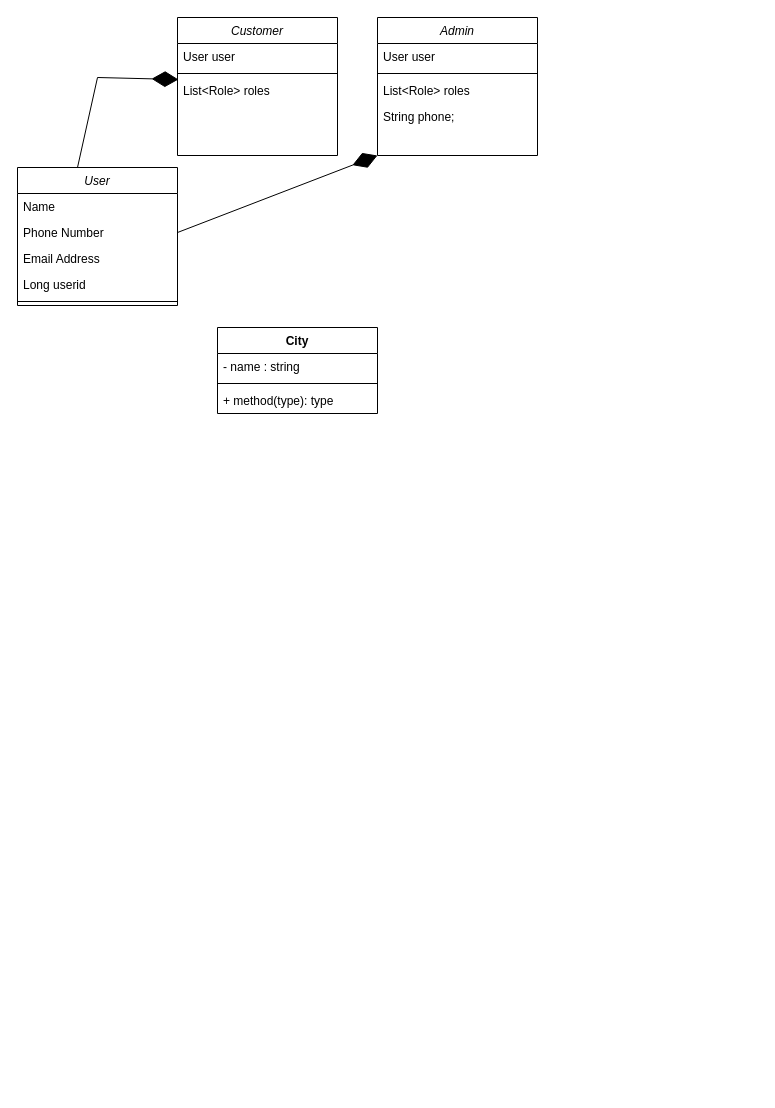
Before: Bookmyshow.drawio in aktomer06/Draw.io, a draw.io diagram. Source tidied: cells renumbered, new cells numbered last; positions are measured from the earlier drawing's top-left corner, leaving out a move shared by most shapes. Both pictures are drawn from the tidied source at 100%, with x=0, y=0 at pixel (17, 17).
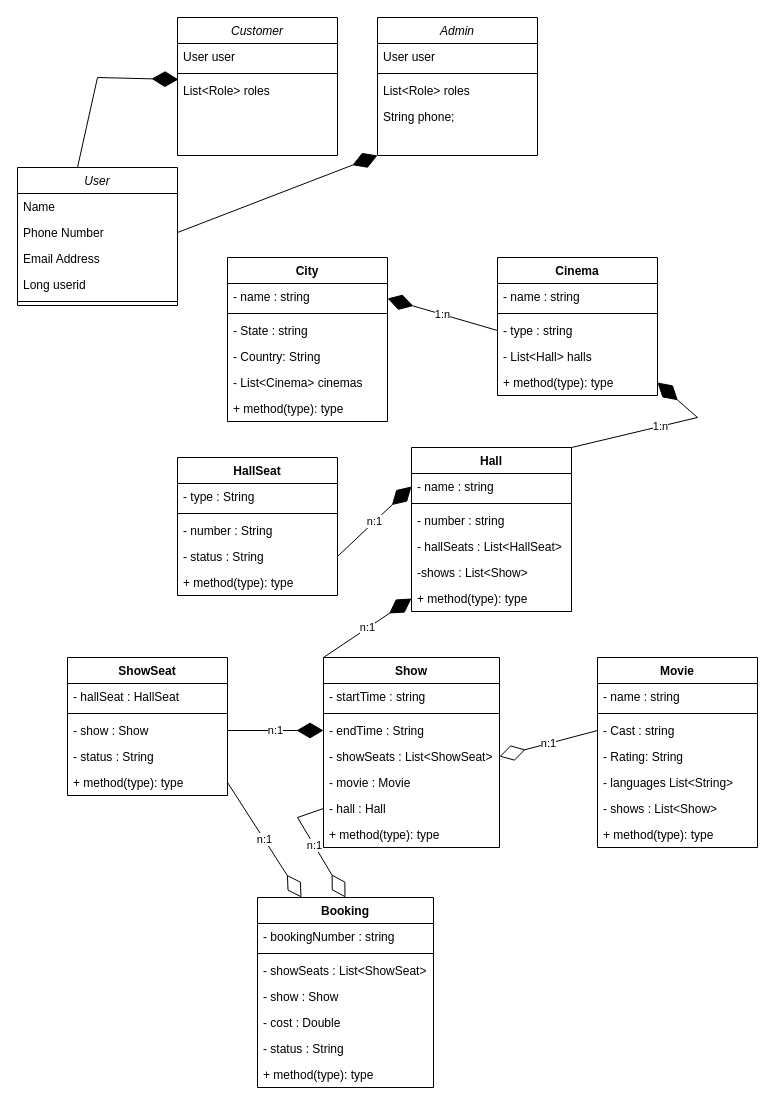
The same page after the edit.

Diff of the diagram source:
```diff
@@
     <mxCell id="19" value="City" style="swimlane;fontStyle=1;align=center;verticalAlign=top;horizontal=1;startSize=26;" parent="1" vertex="1">
-      <mxGeometry x="200" y="310" width="160" height="86" as="geometry" />
+      <mxGeometry x="210" y="240" width="160" height="164" as="geometry" />
     </mxCell>
@@
+    <mxCell id="23" value="- State : string" style="text;strokeColor=none;fillColor=none;align=left;verticalAlign=top;spacingLeft=4;spacingRight=4;overflow=hidden;" parent="19" vertex="1">
+      <mxGeometry y="60" width="160" height="26" as="geometry" />
+    </mxCell>
+    <mxCell id="24" value="- Country: String" style="text;strokeColor=none;fillColor=none;align=left;verticalAlign=top;spacingLeft=4;spacingRight=4;overflow=hidden;" parent="19" vertex="1">
+      <mxGeometry y="86" width="160" height="26" as="geometry" />
+    </mxCell>
+    <mxCell id="25" value="- List&lt;Cinema&gt; cinemas" style="text;strokeColor=none;fillColor=none;align=left;verticalAlign=top;spacingLeft=4;spacingRight=4;overflow=hidden;" parent="19" vertex="1">
+      <mxGeometry y="112" width="160" height="26" as="geometry" />
+    </mxCell>
     <mxCell id="22" value="+ method(type): type" style="text;strokeColor=none;fillColor=none;align=left;verticalAlign=top;spacingLeft=4;spacingRight=4;overflow=hidden;" parent="19" vertex="1">
-      <mxGeometry y="60" width="160" height="26" as="geometry" />
+      <mxGeometry y="138" width="160" height="26" as="geometry" />
     </mxCell>
+    <mxCell id="26" value="Cinema" style="swimlane;fontStyle=1;align=center;verticalAlign=top;horizontal=1;startSize=26;" parent="1" vertex="1">
+      <mxGeometry x="480" y="240" width="160" height="138" as="geometry" />
+    </mxCell>
+    <mxCell id="27" value="- name : string" style="text;strokeColor=none;fillColor=none;align=left;verticalAlign=top;spacingLeft=4;spacingRight=4;overflow=hidden;" parent="26" vertex="1">
+      <mxGeometry y="26" width="160" height="26" as="geometry" />
+    </mxCell>
+    <mxCell id="28" style="line;strokeWidth=1;fillColor=none;align=left;verticalAlign=middle;spacingTop=-1;spacingLeft=3;spacingRight=3;labelPosition=right;" parent="26" vertex="1">
+      <mxGeometry y="52" width="160" height="8" as="geometry" />
+    </mxCell>
+    <mxCell id="29" value="- type : string" style="text;strokeColor=none;fillColor=none;align=left;verticalAlign=top;spacingLeft=4;spacingRight=4;overflow=hidden;points=[[0,0.5],[1,0.5]];portConstraint=eastwest;" parent="26" vertex="1">
+      <mxGeometry y="60" width="160" height="26" as="geometry" />
+    </mxCell>
+    <mxCell id="30" value="- List&lt;Hall&gt; halls" style="text;strokeColor=none;fillColor=none;align=left;verticalAlign=top;spacingLeft=4;spacingRight=4;overflow=hidden;" parent="26" vertex="1">
+      <mxGeometry y="86" width="160" height="26" as="geometry" />
+    </mxCell>
+    <mxCell id="31" value="+ method(type): type" style="text;strokeColor=none;fillColor=none;align=left;verticalAlign=top;spacingLeft=4;spacingRight=4;overflow=hidden;points=[[0,0.5],[1,0.5]];portConstraint=eastwest;" parent="26" vertex="1">
+      <mxGeometry y="112" width="160" height="26" as="geometry" />
+    </mxCell>
+    <mxCell id="32" value="1:n" style="endArrow=diamondThin;endFill=1;endSize=24;html=1;rounded=0;entryX=1;entryY=0.25;entryDx=0;entryDy=0;exitX=0;exitY=0.5;exitDx=0;exitDy=0;" parent="1" edge="1" source="29" target="19">
+      <mxGeometry relative="1" as="geometry" />
+    </mxCell>
+    <mxCell id="33" value="Hall" style="swimlane;fontStyle=1;align=center;verticalAlign=top;horizontal=1;startSize=26;" parent="1" vertex="1">
+      <mxGeometry x="394" y="430" width="160" height="164" as="geometry" />
+    </mxCell>
+    <mxCell id="34" value="- name : string" style="text;strokeColor=none;fillColor=none;align=left;verticalAlign=top;spacingLeft=4;spacingRight=4;overflow=hidden;points=[[0,0.5],[1,0.5]];portConstraint=eastwest;" parent="33" vertex="1">
+      <mxGeometry y="26" width="160" height="26" as="geometry" />
+    </mxCell>
+    <mxCell id="35" style="line;strokeWidth=1;fillColor=none;align=left;verticalAlign=middle;spacingTop=-1;spacingLeft=3;spacingRight=3;labelPosition=right;" parent="33" vertex="1">
+      <mxGeometry y="52" width="160" height="8" as="geometry" />
+    </mxCell>
+    <mxCell id="36" value="- number : string" style="text;strokeColor=none;fillColor=none;align=left;verticalAlign=top;spacingLeft=4;spacingRight=4;overflow=hidden;" parent="33" vertex="1">
+      <mxGeometry y="60" width="160" height="26" as="geometry" />
+    </mxCell>
+    <mxCell id="37" value="- hallSeats : List&lt;HallSeat&gt;" style="text;strokeColor=none;fillColor=none;align=left;verticalAlign=top;spacingLeft=4;spacingRight=4;overflow=hidden;" parent="33" vertex="1">
+      <mxGeometry y="86" width="160" height="26" as="geometry" />
+    </mxCell>
+    <mxCell id="38" value="-shows : List&lt;Show&gt; " style="text;strokeColor=none;fillColor=none;align=left;verticalAlign=top;spacingLeft=4;spacingRight=4;overflow=hidden;" parent="33" vertex="1">
+      <mxGeometry y="112" width="160" height="26" as="geometry" />
+    </mxCell>
+    <mxCell id="39" value="+ method(type): type" style="text;strokeColor=none;fillColor=none;align=left;verticalAlign=top;spacingLeft=4;spacingRight=4;overflow=hidden;points=[[0,0.5],[1,0.5]];portConstraint=eastwest;" parent="33" vertex="1">
+      <mxGeometry y="138" width="160" height="26" as="geometry" />
+    </mxCell>
+    <mxCell id="40" value="1:n" style="endArrow=diamondThin;endFill=1;endSize=24;html=1;rounded=0;entryX=1;entryY=0.5;entryDx=0;entryDy=0;exitX=1;exitY=0;exitDx=0;exitDy=0;" parent="1" edge="1" source="33" target="31">
+      <mxGeometry relative="1" as="geometry">
+        <Array as="points">
+          <mxPoint x="680" y="400" />
+        </Array>
+      </mxGeometry>
+    </mxCell>
+    <mxCell id="41" value="HallSeat" style="swimlane;fontStyle=1;align=center;verticalAlign=top;horizontal=1;startSize=26;" parent="1" vertex="1">
+      <mxGeometry x="160" y="440" width="160" height="138" as="geometry" />
+    </mxCell>
+    <mxCell id="42" value="- type : String" style="text;strokeColor=none;fillColor=none;align=left;verticalAlign=top;spacingLeft=4;spacingRight=4;overflow=hidden;" parent="41" vertex="1">
+      <mxGeometry y="26" width="160" height="26" as="geometry" />
+    </mxCell>
+    <mxCell id="43" style="line;strokeWidth=1;fillColor=none;align=left;verticalAlign=middle;spacingTop=-1;spacingLeft=3;spacingRight=3;labelPosition=right;" parent="41" vertex="1">
+      <mxGeometry y="52" width="160" height="8" as="geometry" />
+    </mxCell>
+    <mxCell id="44" value="- number : String" style="text;strokeColor=none;fillColor=none;align=left;verticalAlign=top;spacingLeft=4;spacingRight=4;overflow=hidden;" parent="41" vertex="1">
+      <mxGeometry y="60" width="160" height="26" as="geometry" />
+    </mxCell>
+    <mxCell id="45" value="- status : String" style="text;strokeColor=none;fillColor=none;align=left;verticalAlign=top;spacingLeft=4;spacingRight=4;overflow=hidden;points=[[0,0.5],[1,0.5]];portConstraint=eastwest;" parent="41" vertex="1">
+      <mxGeometry y="86" width="160" height="26" as="geometry" />
+    </mxCell>
+    <mxCell id="46" value="+ method(type): type" style="text;strokeColor=none;fillColor=none;align=left;verticalAlign=top;spacingLeft=4;spacingRight=4;overflow=hidden;" parent="41" vertex="1">
+      <mxGeometry y="112" width="160" height="26" as="geometry" />
+    </mxCell>
+    <mxCell id="47" value="n:1" style="endArrow=diamondThin;endFill=1;endSize=24;html=1;rounded=0;exitX=1;exitY=0.5;exitDx=0;exitDy=0;entryX=0;entryY=0.5;entryDx=0;entryDy=0;" parent="1" edge="1" source="45" target="34">
+      <mxGeometry relative="1" as="geometry" />
+    </mxCell>
+    <mxCell id="48" value="Show" style="swimlane;fontStyle=1;align=center;verticalAlign=top;horizontal=1;startSize=26;" parent="1" vertex="1">
+      <mxGeometry x="306" y="640" width="176" height="190" as="geometry" />
+    </mxCell>
+    <mxCell id="49" value="- startTime : string" style="text;strokeColor=none;fillColor=none;align=left;verticalAlign=top;spacingLeft=4;spacingRight=4;overflow=hidden;" parent="48" vertex="1">
+      <mxGeometry y="26" width="176" height="26" as="geometry" />
+    </mxCell>
+    <mxCell id="50" style="line;strokeWidth=1;fillColor=none;align=left;verticalAlign=middle;spacingTop=-1;spacingLeft=3;spacingRight=3;labelPosition=right;" parent="48" vertex="1">
+      <mxGeometry y="52" width="176" height="8" as="geometry" />
+    </mxCell>
+    <mxCell id="51" value="- endTime : String" style="text;strokeColor=none;fillColor=none;align=left;verticalAlign=top;spacingLeft=4;spacingRight=4;overflow=hidden;points=[[0,0.5],[1,0.5]];portConstraint=eastwest;" parent="48" vertex="1">
+      <mxGeometry y="60" width="176" height="26" as="geometry" />
+    </mxCell>
+    <mxCell id="52" value="- showSeats : List&lt;ShowSeat&gt;" style="text;strokeColor=none;fillColor=none;align=left;verticalAlign=top;spacingLeft=4;spacingRight=4;overflow=hidden;points=[[0,0.5],[1,0.5]];portConstraint=eastwest;" parent="48" vertex="1">
+      <mxGeometry y="86" width="176" height="26" as="geometry" />
+    </mxCell>
+    <mxCell id="53" value="- movie : Movie" style="text;strokeColor=none;fillColor=none;align=left;verticalAlign=top;spacingLeft=4;spacingRight=4;overflow=hidden;" parent="48" vertex="1">
+      <mxGeometry y="112" width="176" height="26" as="geometry" />
+    </mxCell>
+    <mxCell id="54" value="- hall : Hall" style="text;strokeColor=none;fillColor=none;align=left;verticalAlign=top;spacingLeft=4;spacingRight=4;overflow=hidden;points=[[0,0.5],[1,0.5]];portConstraint=eastwest;" parent="48" vertex="1">
+      <mxGeometry y="138" width="176" height="26" as="geometry" />
+    </mxCell>
+    <mxCell id="55" value="+ method(type): type" style="text;strokeColor=none;fillColor=none;align=left;verticalAlign=top;spacingLeft=4;spacingRight=4;overflow=hidden;" parent="48" vertex="1">
+      <mxGeometry y="164" width="176" height="26" as="geometry" />
+    </mxCell>
+    <mxCell id="56" value="ShowSeat" style="swimlane;fontStyle=1;align=center;verticalAlign=top;horizontal=1;startSize=26;" parent="1" vertex="1">
+      <mxGeometry x="50" y="640" width="160" height="138" as="geometry" />
+    </mxCell>
+    <mxCell id="57" value="- hallSeat : HallSeat" style="text;strokeColor=none;fillColor=none;align=left;verticalAlign=top;spacingLeft=4;spacingRight=4;overflow=hidden;" parent="56" vertex="1">
+      <mxGeometry y="26" width="160" height="26" as="geometry" />
+    </mxCell>
+    <mxCell id="58" style="line;strokeWidth=1;fillColor=none;align=left;verticalAlign=middle;spacingTop=-1;spacingLeft=3;spacingRight=3;labelPosition=right;" parent="56" vertex="1">
+      <mxGeometry y="52" width="160" height="8" as="geometry" />
+    </mxCell>
+    <mxCell id="59" value="- show : Show" style="text;strokeColor=none;fillColor=none;align=left;verticalAlign=top;spacingLeft=4;spacingRight=4;overflow=hidden;points=[[0,0.5],[1,0.5]];portConstraint=eastwest;" parent="56" vertex="1">
+      <mxGeometry y="60" width="160" height="26" as="geometry" />
+    </mxCell>
+    <mxCell id="60" value="- status : String" style="text;strokeColor=none;fillColor=none;align=left;verticalAlign=top;spacingLeft=4;spacingRight=4;overflow=hidden;" parent="56" vertex="1">
+      <mxGeometry y="86" width="160" height="26" as="geometry" />
+    </mxCell>
+    <mxCell id="61" value="+ method(type): type" style="text;strokeColor=none;fillColor=none;align=left;verticalAlign=top;spacingLeft=4;spacingRight=4;overflow=hidden;points=[[0,0.5],[1,0.5]];portConstraint=eastwest;" parent="56" vertex="1">
+      <mxGeometry y="112" width="160" height="26" as="geometry" />
+    </mxCell>
+    <mxCell id="62" value="n:1" style="endArrow=diamondThin;endFill=1;endSize=24;html=1;rounded=0;exitX=1;exitY=0.5;exitDx=0;exitDy=0;entryX=0;entryY=0.5;entryDx=0;entryDy=0;" parent="1" edge="1" source="59" target="51">
+      <mxGeometry relative="1" as="geometry" />
+    </mxCell>
+    <mxCell id="63" value="Movie" style="swimlane;fontStyle=1;align=center;verticalAlign=top;horizontal=1;startSize=26;" parent="1" vertex="1">
+      <mxGeometry x="580" y="640" width="160" height="190" as="geometry" />
+    </mxCell>
+    <mxCell id="64" value="- name : string" style="text;strokeColor=none;fillColor=none;align=left;verticalAlign=top;spacingLeft=4;spacingRight=4;overflow=hidden;" parent="63" vertex="1">
+      <mxGeometry y="26" width="160" height="26" as="geometry" />
+    </mxCell>
+    <mxCell id="65" style="line;strokeWidth=1;fillColor=none;align=left;verticalAlign=middle;spacingTop=-1;spacingLeft=3;spacingRight=3;labelPosition=right;" parent="63" vertex="1">
+      <mxGeometry y="52" width="160" height="8" as="geometry" />
+    </mxCell>
+    <mxCell id="66" value="- Cast : string" style="text;strokeColor=none;fillColor=none;align=left;verticalAlign=top;spacingLeft=4;spacingRight=4;overflow=hidden;points=[[0,0.5],[1,0.5]];portConstraint=eastwest;" parent="63" vertex="1">
+      <mxGeometry y="60" width="160" height="26" as="geometry" />
+    </mxCell>
+    <mxCell id="67" value="- Rating: String" style="text;strokeColor=none;fillColor=none;align=left;verticalAlign=top;spacingLeft=4;spacingRight=4;overflow=hidden;" parent="63" vertex="1">
+      <mxGeometry y="86" width="160" height="26" as="geometry" />
+    </mxCell>
+    <mxCell id="68" value="- languages List&lt;String&gt;" style="text;strokeColor=none;fillColor=none;align=left;verticalAlign=top;spacingLeft=4;spacingRight=4;overflow=hidden;" parent="63" vertex="1">
+      <mxGeometry y="112" width="160" height="26" as="geometry" />
+    </mxCell>
+    <mxCell id="69" value="- shows : List&lt;Show&gt;" style="text;strokeColor=none;fillColor=none;align=left;verticalAlign=top;spacingLeft=4;spacingRight=4;overflow=hidden;" parent="63" vertex="1">
+      <mxGeometry y="138" width="160" height="26" as="geometry" />
+    </mxCell>
+    <mxCell id="70" value="+ method(type): type" style="text;strokeColor=none;fillColor=none;align=left;verticalAlign=top;spacingLeft=4;spacingRight=4;overflow=hidden;" parent="63" vertex="1">
+      <mxGeometry y="164" width="160" height="26" as="geometry" />
+    </mxCell>
+    <mxCell id="71" value="n:1" style="endArrow=diamondThin;endFill=1;endSize=24;html=1;rounded=0;exitX=0;exitY=0;exitDx=0;exitDy=0;entryX=0;entryY=0.5;entryDx=0;entryDy=0;" parent="1" edge="1" source="48" target="39">
+      <mxGeometry relative="1" as="geometry" />
+    </mxCell>
+    <mxCell id="72" value="n:1" style="endArrow=diamondThin;endFill=0;endSize=24;html=1;rounded=0;entryX=1;entryY=0.5;entryDx=0;entryDy=0;exitX=0;exitY=0.5;exitDx=0;exitDy=0;" parent="1" edge="1" source="66" target="52">
+      <mxGeometry relative="1" as="geometry" />
+    </mxCell>
+    <mxCell id="73" value="Booking" style="swimlane;fontStyle=1;align=center;verticalAlign=top;horizontal=1;startSize=26;" parent="1" vertex="1">
+      <mxGeometry x="240" y="880" width="176" height="190" as="geometry" />
+    </mxCell>
+    <mxCell id="74" value="- bookingNumber : string" style="text;strokeColor=none;fillColor=none;align=left;verticalAlign=top;spacingLeft=4;spacingRight=4;overflow=hidden;" parent="73" vertex="1">
+      <mxGeometry y="26" width="176" height="26" as="geometry" />
+    </mxCell>
+    <mxCell id="75" style="line;strokeWidth=1;fillColor=none;align=left;verticalAlign=middle;spacingTop=-1;spacingLeft=3;spacingRight=3;labelPosition=right;" parent="73" vertex="1">
+      <mxGeometry y="52" width="176" height="8" as="geometry" />
+    </mxCell>
+    <mxCell id="76" value="- showSeats : List&lt;ShowSeat&gt;" style="text;strokeColor=none;fillColor=none;align=left;verticalAlign=top;spacingLeft=4;spacingRight=4;overflow=hidden;" parent="73" vertex="1">
+      <mxGeometry y="60" width="176" height="26" as="geometry" />
+    </mxCell>
+    <mxCell id="77" value="- show : Show" style="text;strokeColor=none;fillColor=none;align=left;verticalAlign=top;spacingLeft=4;spacingRight=4;overflow=hidden;" parent="73" vertex="1">
+      <mxGeometry y="86" width="176" height="26" as="geometry" />
+    </mxCell>
+    <mxCell id="78" value="- cost : Double" style="text;strokeColor=none;fillColor=none;align=left;verticalAlign=top;spacingLeft=4;spacingRight=4;overflow=hidden;" parent="73" vertex="1">
+      <mxGeometry y="112" width="176" height="26" as="geometry" />
+    </mxCell>
+    <mxCell id="79" value="- status : String" style="text;strokeColor=none;fillColor=none;align=left;verticalAlign=top;spacingLeft=4;spacingRight=4;overflow=hidden;" parent="73" vertex="1">
+      <mxGeometry y="138" width="176" height="26" as="geometry" />
+    </mxCell>
+    <mxCell id="80" value="+ method(type): type" style="text;strokeColor=none;fillColor=none;align=left;verticalAlign=top;spacingLeft=4;spacingRight=4;overflow=hidden;" parent="73" vertex="1">
+      <mxGeometry y="164" width="176" height="26" as="geometry" />
+    </mxCell>
+    <mxCell id="81" value="n:1" style="endArrow=diamondThin;endFill=0;endSize=24;html=1;rounded=0;entryX=0.5;entryY=0;entryDx=0;entryDy=0;exitX=0;exitY=0.5;exitDx=0;exitDy=0;" parent="1" edge="1" source="54" target="73">
+      <mxGeometry relative="1" as="geometry">
+        <Array as="points">
+          <mxPoint x="280" y="800" />
+        </Array>
+      </mxGeometry>
+    </mxCell>
+    <mxCell id="82" value="n:1" style="endArrow=diamondThin;endFill=0;endSize=24;html=1;rounded=0;entryX=0.25;entryY=0;entryDx=0;entryDy=0;exitX=1;exitY=0.5;exitDx=0;exitDy=0;" parent="1" edge="1" source="61" target="73">
+      <mxGeometry relative="1" as="geometry" />
+    </mxCell>
```
